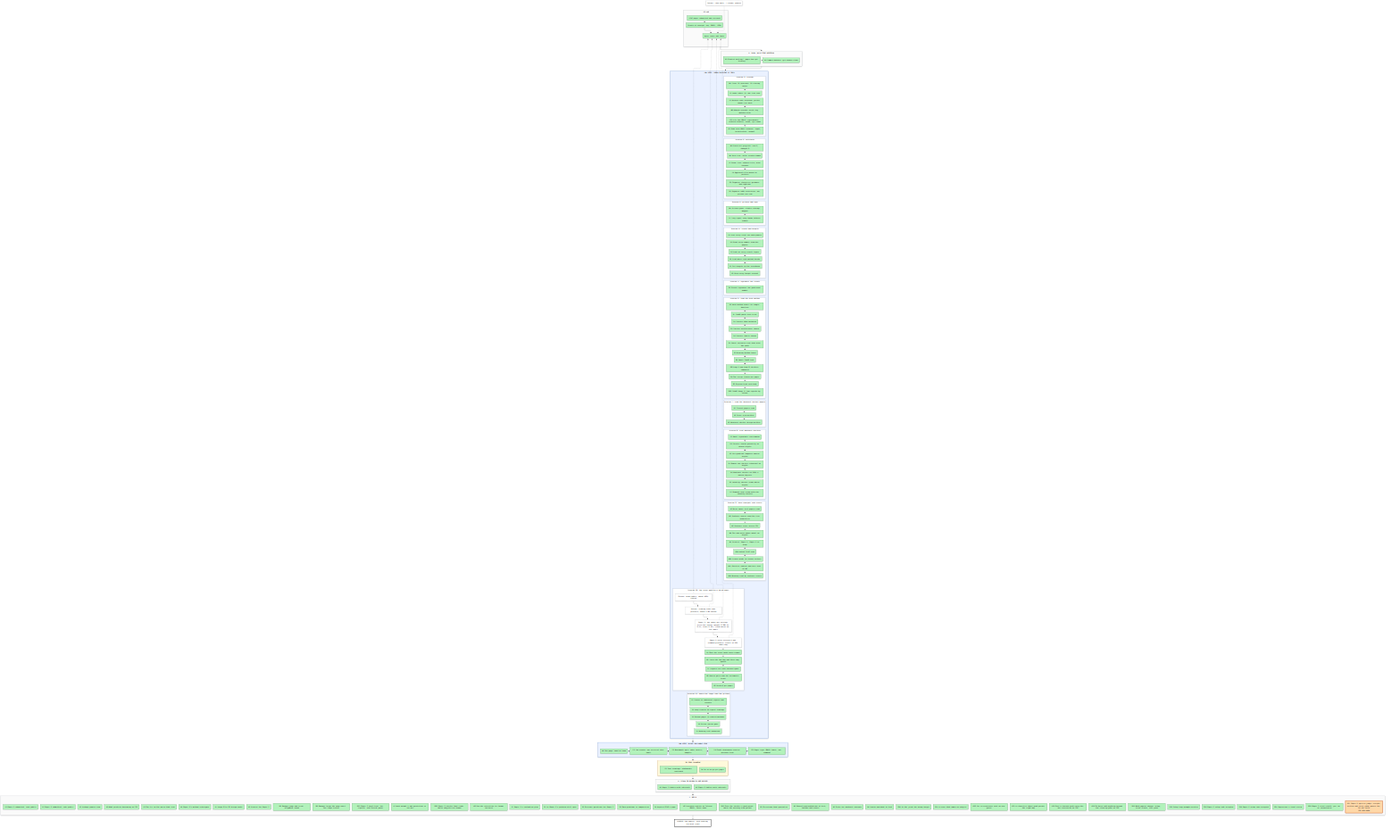
Before: artifacts/notes/progress/map.png, a diagram exported from Mermaid (mo-rsa24/concept-composition). Its source is kept beside it as artifacts/notes/progress/map.mmd. The source it was exported from:
```mermaid
%%{init: {'theme': 'base', 'themeVariables': {'fontFamily': 'monospace', 'primaryColor': '#ffffff', 'primaryBorderColor': '#222222', 'primaryTextColor': '#111111', 'lineColor': '#222222'}, 'flowchart': {'nodeSpacing': 18, 'rankSpacing': 28}}}%%
flowchart TB
  classDef done fill:#b2f2bb,stroke:#2b8a3e,color:#111111
  classDef doing fill:#ffd8a8,stroke:#e8590c,stroke-width:3px,color:#111111
  classDef todo fill:#e9ecef,stroke:#868e96,color:#111111
  classDef detour fill:#ffffff,stroke:#868e96,stroke-dasharray:5 5,color:#111111
  classDef goal fill:#ffffff,stroke:#222222,stroke-width:3px,color:#111111
  subgraph S0["SO FAR"]
    direction LR
    P0["ICLR paper submitted and reviewed"]:::done --> P1["Proofs of concept: toy, MNIST, SDXL"]:::done --> P2["Agree order and lanes"]:::done
  end
  subgraph SA["A. SAVE, WITH YOUR APPROVAL"]
    direction LR
    A1["A1 Protect writing/: paper has git history"]:::done --> A2["A2 Commit batches: git status clean"]:::done
  end
  subgraph LOOP["THE LOOP: THREE SESSIONS AT ONCE"]
    direction LR
    subgraph L1["Session 1: records"]
      direction TB
      B1["B1 Close 11 sessions: 11 closing notes"]:::done --> T1["T1 Index other 73: one line each"]:::done --> T2["T2 Archive safe sessions: picker shows live work"]:::done --> B2["B2 Absorb records: drift log matches disk"]:::done --> R1["R1 File the MNIST experiments: ordered folders, cards, eye count"]:::done --> R2["R2 Draw each MNIST network: input, architecture, output"]:::done
    end
    subgraph L2["Session 2: artifacts"]
      direction TB
      B3["B3 Drain all projects: new 0, changed 0"]:::done --> B4["B4 Void list: false results named"]:::done --> T3["T3 Prune list: unused files, with reasons"]:::done --> T4["T4 Approved files moved to _archive/"]:::done --> O1["O1 Organise classifier guidance and captions"]:::done --> O2["O2 Organise LoRA correction: one picture per run"]:::done
    end
    subgraph L3["Session 3: pillars and repo"]
      direction TB
      B5["B5 Pillars pass; cluster storage mapped"]:::done --> T5["T5 Tidy repos: only known folders remain"]:::done
    end
    subgraph L4["Session 4: rivals and targets"]
      direction TB
      K1["K1 List every rival for both papers"]:::done --> K2["K2 Read every number from the papers"]:::done --> K3["K3 Look at every result figure"]:::done --> K4["K4 Find where each method breaks"]:::done --> K5["K5 Set targets on the scoreboard"]:::done --> K6["K6 Keep every target current"]:::done
    end
    subgraph L5["Session 5: reproduce the rivals"]
      direction TB
      D2["D2 Rivals reproduce one published number"]:::done
    end
    subgraph L6["Session 6: find the best method"]
      direction TB
      M1["M1 Each method beats its simple baseline"]:::done --> M7["M7 CLEVR paste test first"]:::done --> M5["M5 Checker data balanced"]:::done --> D3["D3 Checker architecture chosen"]:::done --> M2["M2 Checker labels chosen"]:::done --> D5["D5 Short inclusive fine-tune with the push"]:::done --> M3["M3 Winning method tuned"]:::done --> M6["M6 Small CLEVR test"]:::done --> M8["M8 Loop 6 and Loop 8 checkers compared"]:::done --> M4["M4 One recipe frozen per paper"]:::done --> M9["M9 Regions bind each body"]:::done --> M10["M10 CLEVR Stage 2: two experts by colour"]:::done
    end
    subgraph L7["Session 7: read the abstract-checker papers"]
      direction TB
      U1["U1 Closest papers read"]:::done --> U2["U2 Score view written"]:::done --> U3["U3 Abstract-checker design written"]:::done
    end
    subgraph L8["Session 8: test abstract checkers"]
      direction TB
      V1["V1 Small repeatable environment"]:::done --> V2["V2 Checker learns plurality on unseen digits"]:::done --> V3["V3 Its gradient composes unseen digits"]:::done --> V5["V5 Remove-one-checker rehearsal on digits"]:::done --> V4["V4 Abstract checker on SDXL's unseen objects"]:::done --> V6["V6 Identity checker reads which digits"]:::done --> V7["V7 Removal test rerun with the identity checker"]:::done
    end
    subgraph L9["Session 9: turn concepts into scores"]
      direction TB
      W1["W1 Noise-aware text papers read"]:::done --> W2["W2 Sentence scores read the five properties"]:::done --> W3["W3 Sentence score steers CO3"]:::done --> W4["W4 Our own noise-aware model on digits"]:::done --> W5["W5 Verdict: Paper 2, Paper 3 or drop"]:::done --> W1b["W1b Latent CLIP read"]:::done --> W2b["W2b Linear probe on frozen vectors"]:::done --> W2c["W2c Positive control and fair test of W2"]:::done --> W2d["W2d Binding read by sentence scores"]:::done
    end
    subgraph L10["Session 10: the score path as a third space"]
      direction TB
      X1["X1 Score-path papers read"]:::done --> X2["X2 Running loops described side by side"]:::done --> X3["X3 Ideas and their wrong assumptions"]:::done --> X4["X4 Small experiment designed, owner checked"]:::done --> X5["X5 Does the score path carry signal"]:::done --> X6["X6 Train the two-way and three-way spaces"]:::done --> X7["X7 Figures for each trained space"]:::done --> X8["X8 Unseen pairs and the arithmetic tests"]:::done --> X9["X9 Verdict per paper"]:::done
    end
    subgraph L11["Session 11: drain the loops into the pillars"]
      direction TB
      Y1["Y1 Census of undrained figures and results"]:::done --> Y2["Y2 Loop results on report findings"]:::done --> Y3["Y3 Method pages in context/methods"]:::done --> Y4["Y4 Pillar checks pass"]:::done --> Y5["Y5 Nothing left undrained"]:::done
    end
  end
  subgraph JOIN["THE LOOP, AFTER THE LANES JOIN"]
    direction LR
    B6["B6 One page: what we know"]:::done --> C1["C1 Two scouts: one verified idea table"]:::done --> C3["C3 Benchmark spec: data, metric, samples"]:::done --> C4["C4 Draft statements survive pressure test"]:::done --> D1["D1 Paper repo: MNIST table, one command"]:::done
  end
  subgraph CAL["ON YOUR CALENDAR"]
    direction LR
    C2["C2 Your readings: statements confirmed"]:::done ~~~ D4["D4 Go or no-go per paper"]:::done
  end
  subgraph SE["E. SCALE ON BIGBATCH AND BIGGPU"]
    direction LR
    E1["E1 Paper 1 tables with intervals"]:::done ~~~ E2["E2 Paper 2 tables with intervals"]:::done
  end
  subgraph SF["F. WRITE"]
    direction LR
    F1["F1 Paper 1 submitted, code public"]:::done ~~~ F2["F2 Paper 2 submitted, code public"]:::done ~~~ Z1["Z1 Leakage papers read"]:::done ~~~ Z2["Z2 What predicts borrowing on CO3"]:::done ~~~ Z3["Z3 One fix on the pairs that leak"]:::done ~~~ Z4["Z4 Paper 2's method redesigned"]:::done ~~~ Z5["Z5 Loops 8 to 10 design audit"]:::done ~~~ Z6["Z6 Verdict for Paper 2"]:::done ~~~ N1["N1 Manager page and first alignment round"]:::done ~~~ N2["N2 Manager keeps the page until the loops finish"]:::done ~~~ M11["M11 Paper 1 digit test: the experts' vote beside paste"]:::done ~~~ Z7["Z7 Each animal's own prediction in its box"]:::done ~~~ M12["M12 Paper 2 checker that reads which subjects are drawn"]:::done ~~~ Z8["Z8 Can the correction fix known failures"]:::done ~~~ K7["K7 Paper 1's evaluation plan"]:::done ~~~ G1["G1 Is Paper 2's problem still open"]:::done ~~~ G2["G2 Reviewer questions for Paper 1"]:::done ~~~ G3["G3 Open problems in composition"]:::done ~~~ G4["G4 Exploit DCFM's gaps"]:::done ~~~ Z9["Z9 Finished experts on Colored MNIST, three arms"]:::done ~~~ M13["M13 Does the checker's push point where the missing term points"]:::done ~~~ H1["H1 Directions that generalise"]:::done ~~~ H2["H2 Shared representations of text, latents and scores"]:::done ~~~ H3["H3 Dials for abstract concepts"]:::done ~~~ H4["H4 Limits and what to test"]:::done ~~~ M14["M14 Is the joint the wrong target"]:::done ~~~ M15["M15 A score that names no subject"]:::done ~~~ Z10["Z10 The co-occurrence dial on new pairs"]:::done ~~~ Z11["Z11 A classifier whose push points the right way"]:::done ~~~ Z12["Z12 Does a trained push carry the box correction on CO3"]:::done ~~~ Z13["Z13 Do boxes add anything beyond the clean-up pass on CO3"]:::done ~~~ RS1["RS1 Both papers staged: setup, first result, full plan"]:::done ~~~ RS2["RS2 Setup loop prompts written"]:::done ~~~ RS3["RS3 Paper 1 setup code accepted"]:::done ~~~ RS4["RS4 Paper 2 setup code accepted"]:::done ~~~ RS5["RS5 Supervisor's final review"]:::done ~~~ RS6["RS6 Paper 1 first result: yes, no or inconclusive"]:::done ~~~ RS7["RS7 Paper 2 species judge: scripts written and every judge passes the 64-cat check<br/>YOU ARE HERE"]:::doing
  end
  GOAL["FINISH: two papers, each beating its best rival"]:::goal
  X0["Detour: idea walk, 7 claims, paused"]:::detour -.-> P2
  X1["Detour: zoom-ladder, about 430k tokens"]:::detour -.-> P2
  X2["Detour: reading route and pictures, about 1.8M tokens"]:::detour -.-> P2
  X3["Paper 1: one owner per overlap fixes the colour (purple 0.986 to 0.15, floor 0.10); claim waits on the owner"]:::detour -.-> P2
  X4["Paper 2 rules version 4 and renamed pictures: recall of 396 under way"]:::detour -.-> P2
  L1 ~~~ L2 ~~~ L3 ~~~ L4 ~~~ L5 ~~~ L6 ~~~ L7 ~~~ L8 ~~~ L9 ~~~ L10 ~~~ L11
  S0 --> SA --> LOOP --> JOIN --> CAL --> SE --> SF --> GOAL
  style S0 fill:#fafafa,stroke:#adb5bd
  style SA fill:#fafafa,stroke:#adb5bd
  style LOOP fill:#eaf1ff,stroke:#a8c7fa,stroke-width:3px
  style L1 fill:#ffffff,stroke:#a8c7fa
  style L2 fill:#ffffff,stroke:#a8c7fa
  style L3 fill:#ffffff,stroke:#a8c7fa
  style L4 fill:#ffffff,stroke:#a8c7fa
  style L5 fill:#ffffff,stroke:#a8c7fa
  style L6 fill:#ffffff,stroke:#a8c7fa
  style L7 fill:#ffffff,stroke:#a8c7fa
  style L8 fill:#ffffff,stroke:#a8c7fa
  style L9 fill:#ffffff,stroke:#a8c7fa
  style L10 fill:#ffffff,stroke:#a8c7fa
  style L11 fill:#ffffff,stroke:#a8c7fa
  style JOIN fill:#eaf1ff,stroke:#a8c7fa,stroke-width:3px
  style CAL fill:#fff9db,stroke:#f08c00
  style SE fill:#fafafa,stroke:#adb5bd
  style SF fill:#fafafa,stroke:#adb5bd
```
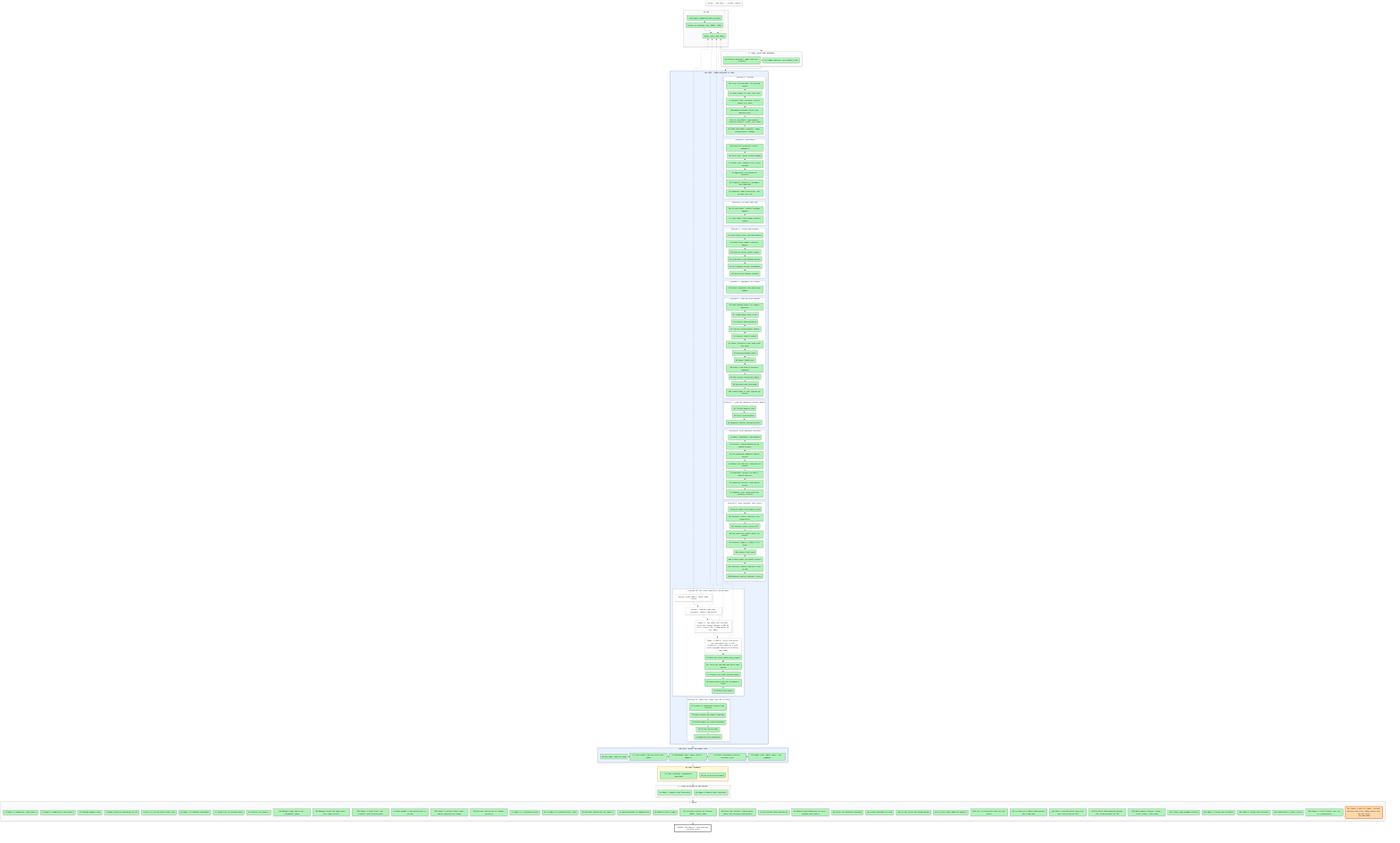
Later version of the same file.

Commit message:
Supervisor page and map: every Paper 2 kind meets the agreement bar; extra subject's look-alike minimum lowered to 8

Change to the diagram source:
```diff
@@ -81,7 +81,7 @@
   X1["Detour: zoom-ladder, about 430k tokens"]:::detour -.-> P2
   X2["Detour: reading route and pictures, about 1.8M tokens"]:::detour -.-> P2
   X3["Paper 1: one owner per overlap fixes the colour (purple 0.986 to 0.15, floor 0.10); claim waits on the owner"]:::detour -.-> P2
-  X4["Paper 2 rules version 4 and renamed pictures: recall of 396 under way"]:::detour -.-> P2
+  X4["Paper 2 labels: every kind meets the agreement bar (1,232 pictures); extra subject's look-alike minimum lowered to 8 before any judge"]:::detour -.-> P2
   L1 ~~~ L2 ~~~ L3 ~~~ L4 ~~~ L5 ~~~ L6 ~~~ L7 ~~~ L8 ~~~ L9 ~~~ L10 ~~~ L11
   S0 --> SA --> LOOP --> JOIN --> CAL --> SE --> SF --> GOAL
   style S0 fill:#fafafa,stroke:#adb5bd
```
